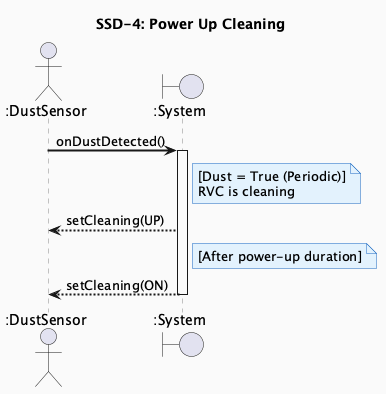
This is docs/vibe-coding/02-ooa/images/SSD4_PowerUpCleaning.png from OOP-konkuk/CICD-Team7, a PlantUML export, as it was before one commit. The source it was exported from:
```plantuml
@startuml SSD4_PowerUpCleaning
skinparam backgroundColor #FAFAFA
skinparam sequenceArrowThickness 2
skinparam sequenceParticipantBackgroundColor #FFFDE7
skinparam sequenceParticipantBorderColor #F9A825
skinparam sequenceLifeLineBorderColor #888888
skinparam noteBorderColor #1565C0
skinparam noteBackgroundColor #E3F2FD

title SSD-4: Power Up Cleaning

actor ":DustSensor" as DS
boundary ":System" as Sys

DS -> Sys : onDustDetected()
activate Sys
note right of Sys
  [Dust = True (Periodic)]
  RVC is cleaning
end note
Sys --> DS : setCleaning(UP)
note right of Sys : [After power-up duration]
Sys --> DS : setCleaning(ON)
deactivate Sys
@enduml
```
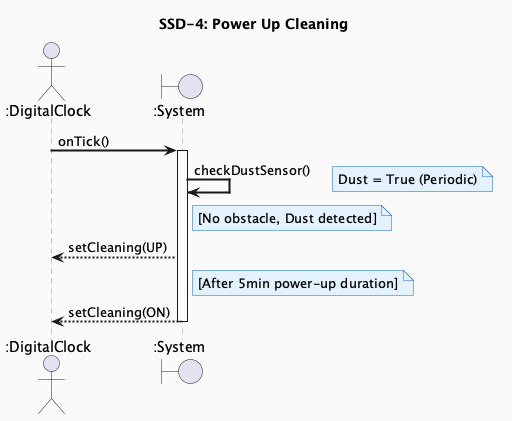
Later version of the same file.

Commit message:
refactor(ooa/ood/ooi): Change dust detection to polling in onTick() (Option A)

What changed in the source:
```diff
@@ -4,22 +4,23 @@
 skinparam sequenceParticipantBackgroundColor #FFFDE7
 skinparam sequenceParticipantBorderColor #F9A825
 skinparam sequenceLifeLineBorderColor #888888
+skinparam noteBackgroundColor #E3F2FD
 skinparam noteBorderColor #1565C0
-skinparam noteBackgroundColor #E3F2FD
 
 title SSD-4: Power Up Cleaning
 
-actor ":DustSensor" as DS
+actor ":DigitalClock" as Clock
 boundary ":System" as Sys
 
-DS -> Sys : onDustDetected()
+Clock -> Sys : onTick()
 activate Sys
+Sys -> Sys : checkDustSensor()
+note right : Dust = True (Periodic)
 note right of Sys
-  [Dust = True (Periodic)]
-  RVC is cleaning
+  [No obstacle, Dust detected]
 end note
-Sys --> DS : setCleaning(UP)
-note right of Sys : [After power-up duration]
-Sys --> DS : setCleaning(ON)
+Sys --> Clock : setCleaning(UP)
+note right of Sys : [After 5min power-up duration]
+Sys --> Clock : setCleaning(ON)
 deactivate Sys
 @enduml
```
